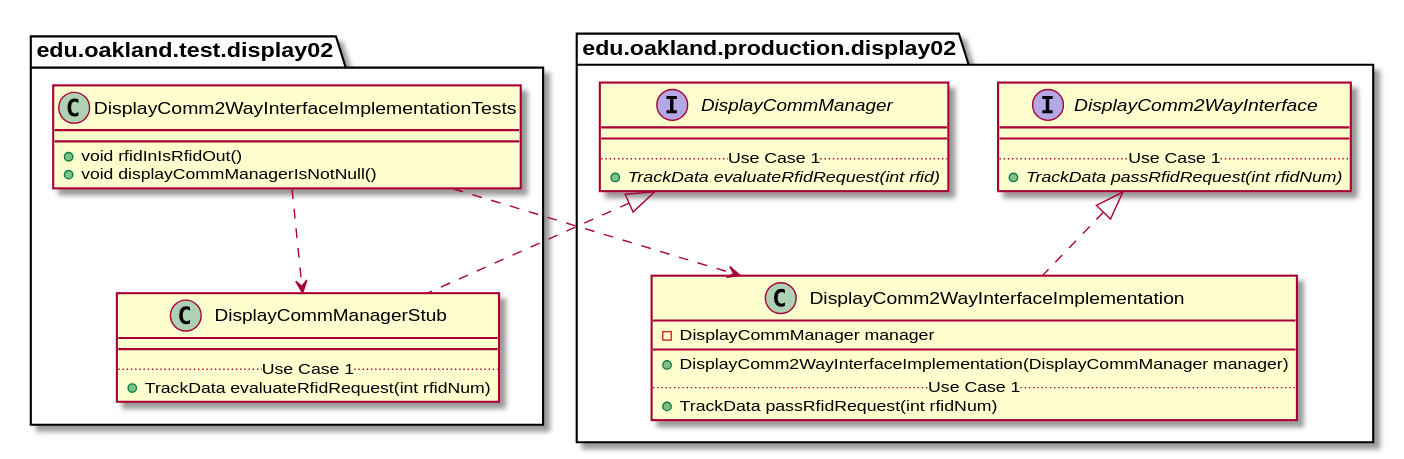
Above: docs/uml-class-diagrams/display02/test/DisplayComm2WayInterfaceImplementationTests/DisplayComm2WayInterfaceImplementationTests_Closure.svg in andrewdimmer/csi-3370-software-project (PlantUML), before the change.
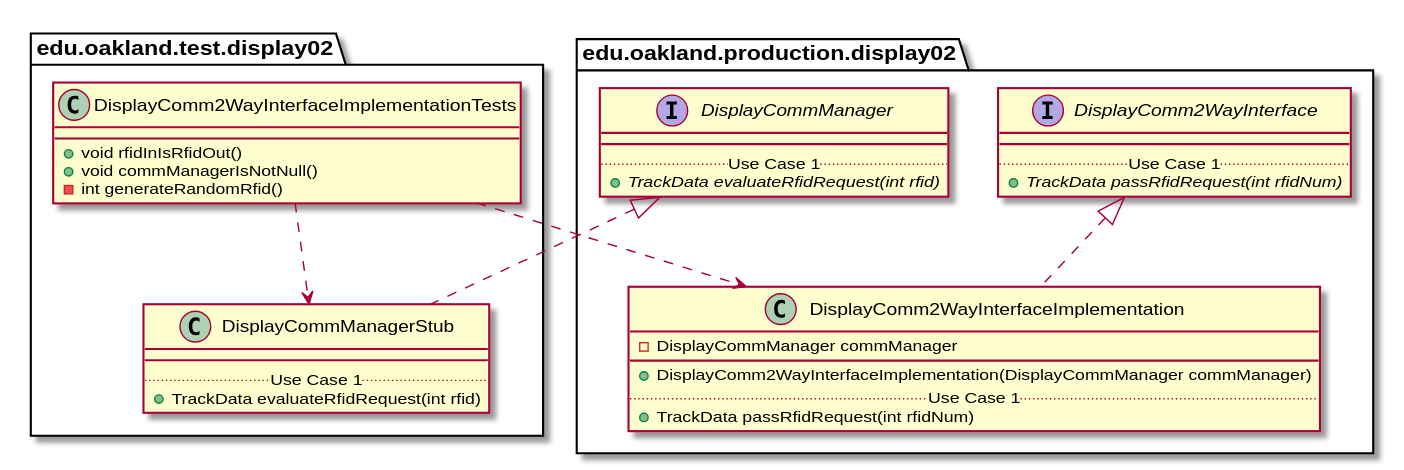
Above is the later version.

What changed in the source:
```diff
@@ -4,7 +4,8 @@
 package edu.oakland.test.display02 {
     class DisplayComm2WayInterfaceImplementationTests {
         + void rfidInIsRfidOut()
-        + void displayCommManagerIsNotNull()
+        + void commManagerIsNotNull()
+        - int generateRandomRfid()
     }
 }
 
@@ -15,7 +16,7 @@
     class DisplayCommManagerStub {
         __
         .. Use Case 1 ..
-        + TrackData evaluateRfidRequest(int rfidNum)
+        + TrackData evaluateRfidRequest(int rfid)
     }
 }
 
@@ -45,9 +46,9 @@
 
 package edu.oakland.production.display02 {
     class DisplayComm2WayInterfaceImplementation {
-        - DisplayCommManager manager
+        - DisplayCommManager commManager
         __
-        + DisplayComm2WayInterfaceImplementation(DisplayCommManager manager)
+        + DisplayComm2WayInterfaceImplementation(DisplayCommManager commManager)
         .. Use Case 1 ..
         + TrackData passRfidRequest(int rfidNum)
     }
```
